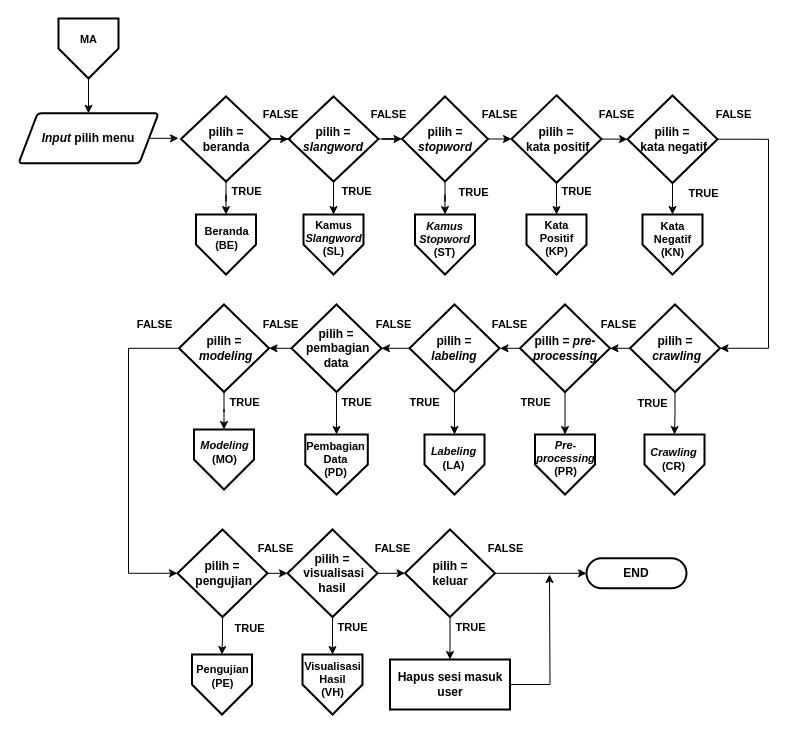
Before: Dokumen TA/Paper/Flowchart/Flowchart menu aplikasi.drawio in muspriandi/TextMining-SentimentAnalysis, a draw.io diagram. Source tidied: cells renumbered, new cells numbered last; positions are measured from the earlier drawing's top-left corner, leaving out a move shared by most shapes. Both pictures are drawn from the tidied source at 100%, with x=0, y=0 at pixel (18, 18).
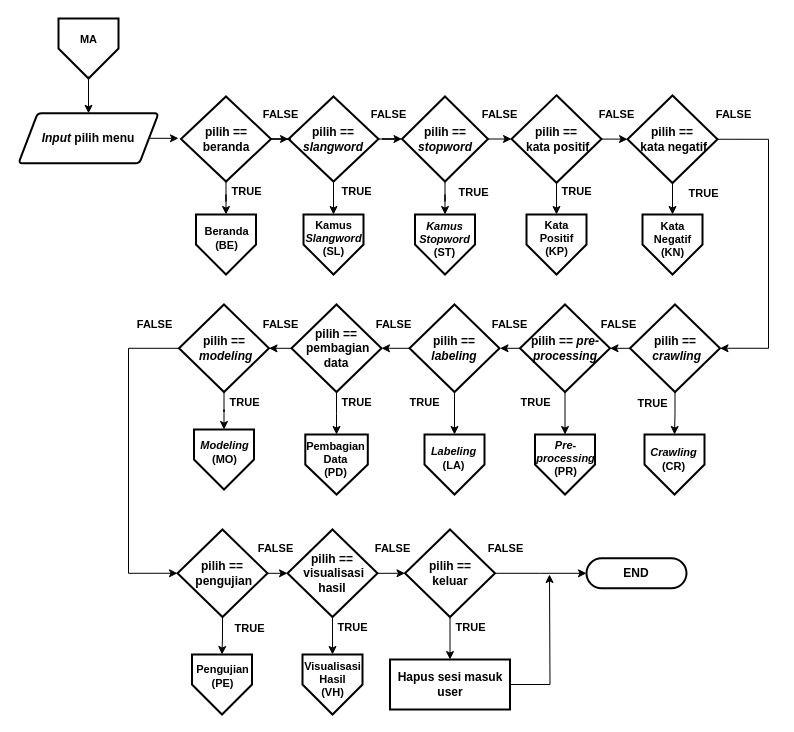
The same page after the edit.

Change to the diagram source:
```diff
@@
-    <mxCell id="8" value="pilih =&lt;br&gt;&lt;i&gt;slangword&lt;/i&gt;" style="strokeWidth=2;html=1;shape=mxgraph.flowchart.decision;whiteSpace=wrap;fontStyle=1;" parent="1" vertex="1">
+    <mxCell id="8" value="pilih ==&lt;br&gt;&lt;i&gt;slangword&lt;/i&gt;" style="strokeWidth=2;html=1;shape=mxgraph.flowchart.decision;whiteSpace=wrap;fontStyle=1;" parent="1" vertex="1">
       <mxGeometry x="270" y="78" width="90" height="85" as="geometry" />
     </mxCell>
@@
-    <mxCell id="11" value="pilih = &lt;i&gt;stopword&lt;/i&gt;" style="strokeWidth=2;html=1;shape=mxgraph.flowchart.decision;whiteSpace=wrap;fontStyle=1;" parent="1" vertex="1">
+    <mxCell id="11" value="pilih == &lt;i&gt;stopword&lt;/i&gt;" style="strokeWidth=2;html=1;shape=mxgraph.flowchart.decision;whiteSpace=wrap;fontStyle=1;" parent="1" vertex="1">
       <mxGeometry x="383.5" y="78" width="86" height="85" as="geometry" />
     </mxCell>
@@
-    <mxCell id="14" value="pilih =&lt;br&gt;&amp;nbsp;kata positif" style="strokeWidth=2;html=1;shape=mxgraph.flowchart.decision;whiteSpace=wrap;fontStyle=1;" parent="1" vertex="1">
+    <mxCell id="14" value="pilih ==&lt;br&gt;&amp;nbsp;kata positif" style="strokeWidth=2;html=1;shape=mxgraph.flowchart.decision;whiteSpace=wrap;fontStyle=1;" parent="1" vertex="1">
       <mxGeometry x="493" y="76.8" width="90" height="87.5" as="geometry" />
     </mxCell>
@@
-    <mxCell id="17" value="pilih =&lt;br&gt;&amp;nbsp;kata negatif" style="strokeWidth=2;html=1;shape=mxgraph.flowchart.decision;whiteSpace=wrap;fontStyle=1;" parent="1" vertex="1">
+    <mxCell id="17" value="pilih ==&lt;br&gt;&amp;nbsp;kata negatif" style="strokeWidth=2;html=1;shape=mxgraph.flowchart.decision;whiteSpace=wrap;fontStyle=1;" parent="1" vertex="1">
       <mxGeometry x="609" y="77" width="90" height="87.5" as="geometry" />
     </mxCell>
@@
-    <mxCell id="20" value="pilih =&lt;br&gt;&amp;nbsp;&lt;i&gt;crawling&lt;/i&gt;" style="strokeWidth=2;html=1;shape=mxgraph.flowchart.decision;whiteSpace=wrap;fontStyle=1;" parent="1" vertex="1">
+    <mxCell id="20" value="pilih ==&lt;br&gt;&amp;nbsp;&lt;i&gt;crawling&lt;/i&gt;" style="strokeWidth=2;html=1;shape=mxgraph.flowchart.decision;whiteSpace=wrap;fontStyle=1;" parent="1" vertex="1">
       <mxGeometry x="611.5" y="286" width="90" height="87.5" as="geometry" />
     </mxCell>
@@
-    <mxCell id="23" value="pilih =&amp;nbsp;&lt;i&gt;pre-processing&lt;/i&gt;" style="strokeWidth=2;html=1;shape=mxgraph.flowchart.decision;whiteSpace=wrap;fontStyle=1;" parent="1" vertex="1">
+    <mxCell id="23" value="pilih ==&amp;nbsp;&lt;i&gt;pre-processing&lt;/i&gt;" style="strokeWidth=2;html=1;shape=mxgraph.flowchart.decision;whiteSpace=wrap;fontStyle=1;" parent="1" vertex="1">
       <mxGeometry x="501.5" y="286" width="90" height="87.5" as="geometry" />
     </mxCell>
@@
-    <mxCell id="26" value="pilih =&lt;br&gt;&lt;i&gt;labeling&lt;/i&gt;" style="strokeWidth=2;html=1;shape=mxgraph.flowchart.decision;whiteSpace=wrap;fontStyle=1;" parent="1" vertex="1">
+    <mxCell id="26" value="pilih ==&lt;br&gt;&lt;i&gt;labeling&lt;/i&gt;" style="strokeWidth=2;html=1;shape=mxgraph.flowchart.decision;whiteSpace=wrap;fontStyle=1;" parent="1" vertex="1">
       <mxGeometry x="391" y="286" width="90" height="87.5" as="geometry" />
     </mxCell>
@@
-    <mxCell id="29" value="pilih =&lt;br&gt;&amp;nbsp;pembagian data" style="strokeWidth=2;html=1;shape=mxgraph.flowchart.decision;whiteSpace=wrap;fontStyle=1;" parent="1" vertex="1">
+    <mxCell id="29" value="pilih ==&lt;br&gt;&amp;nbsp;pembagian data" style="strokeWidth=2;html=1;shape=mxgraph.flowchart.decision;whiteSpace=wrap;fontStyle=1;" parent="1" vertex="1">
       <mxGeometry x="273" y="286" width="90" height="87.5" as="geometry" />
     </mxCell>
@@
-    <mxCell id="32" value="pilih =&lt;br&gt;&amp;nbsp;&lt;i&gt;modeling&lt;/i&gt;" style="strokeWidth=2;html=1;shape=mxgraph.flowchart.decision;whiteSpace=wrap;fontStyle=1;" parent="1" vertex="1">
+    <mxCell id="32" value="pilih ==&lt;br&gt;&amp;nbsp;&lt;i&gt;modeling&lt;/i&gt;" style="strokeWidth=2;html=1;shape=mxgraph.flowchart.decision;whiteSpace=wrap;fontStyle=1;" parent="1" vertex="1">
       <mxGeometry x="160.5" y="286" width="90" height="87.5" as="geometry" />
     </mxCell>
@@
-    <mxCell id="35" value="pilih =&lt;br&gt;&amp;nbsp;pengujian" style="strokeWidth=2;html=1;shape=mxgraph.flowchart.decision;whiteSpace=wrap;fontStyle=1;" parent="1" vertex="1">
+    <mxCell id="35" value="pilih ==&lt;br&gt;&amp;nbsp;pengujian" style="strokeWidth=2;html=1;shape=mxgraph.flowchart.decision;whiteSpace=wrap;fontStyle=1;" parent="1" vertex="1">
       <mxGeometry x="159" y="511" width="90" height="87.5" as="geometry" />
     </mxCell>
@@
-    <mxCell id="38" value="pilih =&lt;br&gt;&amp;nbsp;visualisasi hasil" style="strokeWidth=2;html=1;shape=mxgraph.flowchart.decision;whiteSpace=wrap;fontStyle=1;" parent="1" vertex="1">
+    <mxCell id="38" value="pilih ==&lt;br&gt;&amp;nbsp;visualisasi hasil" style="strokeWidth=2;html=1;shape=mxgraph.flowchart.decision;whiteSpace=wrap;fontStyle=1;" parent="1" vertex="1">
       <mxGeometry x="269" y="511" width="90" height="87.5" as="geometry" />
     </mxCell>
@@
-    <mxCell id="41" value="pilih =&lt;br&gt;beranda" style="strokeWidth=2;html=1;shape=mxgraph.flowchart.decision;whiteSpace=wrap;fontStyle=1;" parent="1" vertex="1">
+    <mxCell id="41" value="pilih ==&lt;br&gt;beranda" style="strokeWidth=2;html=1;shape=mxgraph.flowchart.decision;whiteSpace=wrap;fontStyle=1;" parent="1" vertex="1">
       <mxGeometry x="162.5" y="78" width="90" height="85" as="geometry" />
     </mxCell>
@@
-    <mxCell id="95" value="pilih =&lt;br&gt;keluar" style="strokeWidth=2;html=1;shape=mxgraph.flowchart.decision;whiteSpace=wrap;fontStyle=1;" parent="1" vertex="1">
+    <mxCell id="95" value="pilih ==&lt;br&gt;keluar" style="strokeWidth=2;html=1;shape=mxgraph.flowchart.decision;whiteSpace=wrap;fontStyle=1;" parent="1" vertex="1">
       <mxGeometry x="386.5" y="511" width="90" height="87.5" as="geometry" />
     </mxCell>
```
